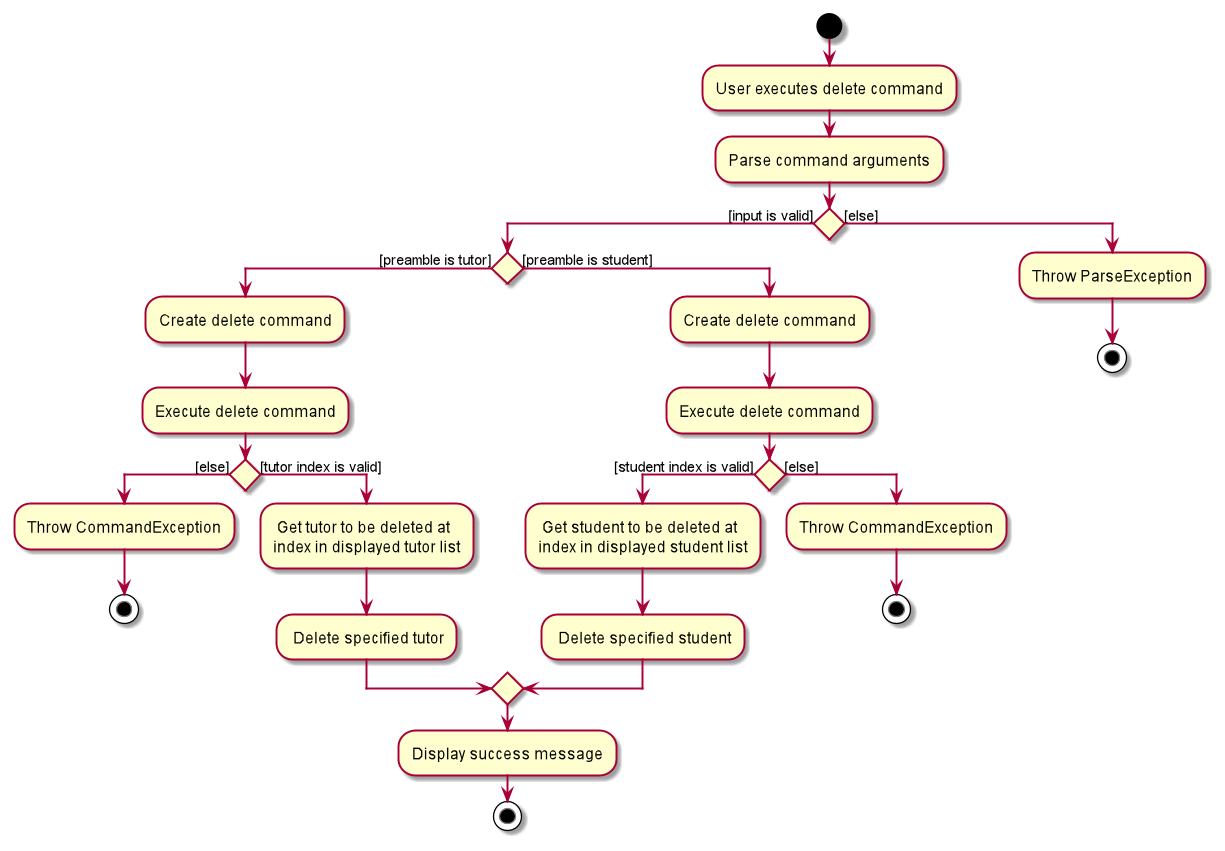
Earlier version of the PlantUML export docs/images/DeleteCommandActivityDiagram.png (tenebrius1/tp). Its diagram source:
```plantuml
@startuml
start
:User executes delete command;
:Parse command arguments;

if () then ([input is valid])
    if () then([preamble is tutor])
        :Create delete command;
        :Execute delete command;
        if () then ([else])
            :Throw CommandException;
            stop
        else ([tutor index is valid])
            : Get tutor to be deleted at
            index in displayed tutor list;
            : Delete specified tutor;
        endif
    else ([preamble is student])
        :Create delete command;
        :Execute delete command;
        if () then([student index is valid])
            : Get student to be deleted at
            index in displayed student list;
            : Delete specified student;
        else ([else])
            :Throw CommandException;
            stop
        endif
    endif
    :Display success message;
    stop
else ([else])
    :Throw ParseException;
    stop
endif
@enduml
```
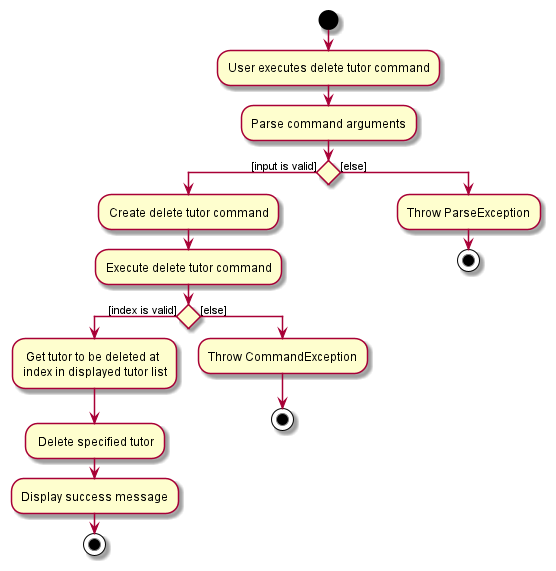
Above is the later version.

Diff of the diagram source:
```diff
@@ -1,34 +1,21 @@
 @startuml
 start
-:User executes delete command;
+:User executes delete tutor command;
 :Parse command arguments;
 
 if () then ([input is valid])
-    if () then([preamble is tutor])
-        :Create delete command;
-        :Execute delete command;
-        if () then ([else])
-            :Throw CommandException;
-            stop
-        else ([tutor index is valid])
-            : Get tutor to be deleted at
-            index in displayed tutor list;
-            : Delete specified tutor;
-        endif
-    else ([preamble is student])
-        :Create delete command;
-        :Execute delete command;
-        if () then([student index is valid])
-            : Get student to be deleted at
-            index in displayed student list;
-            : Delete specified student;
-        else ([else])
-            :Throw CommandException;
-            stop
-        endif
+    :Create delete tutor command;
+    :Execute delete tutor command;
+    if () then ([index is valid])
+        : Get tutor to be deleted at
+        index in displayed tutor list;
+        : Delete specified tutor;
+        :Display success message;
+        stop
+    else ([else])
+        :Throw CommandException;
+        stop
     endif
-    :Display success message;
-    stop
 else ([else])
     :Throw ParseException;
     stop
```
